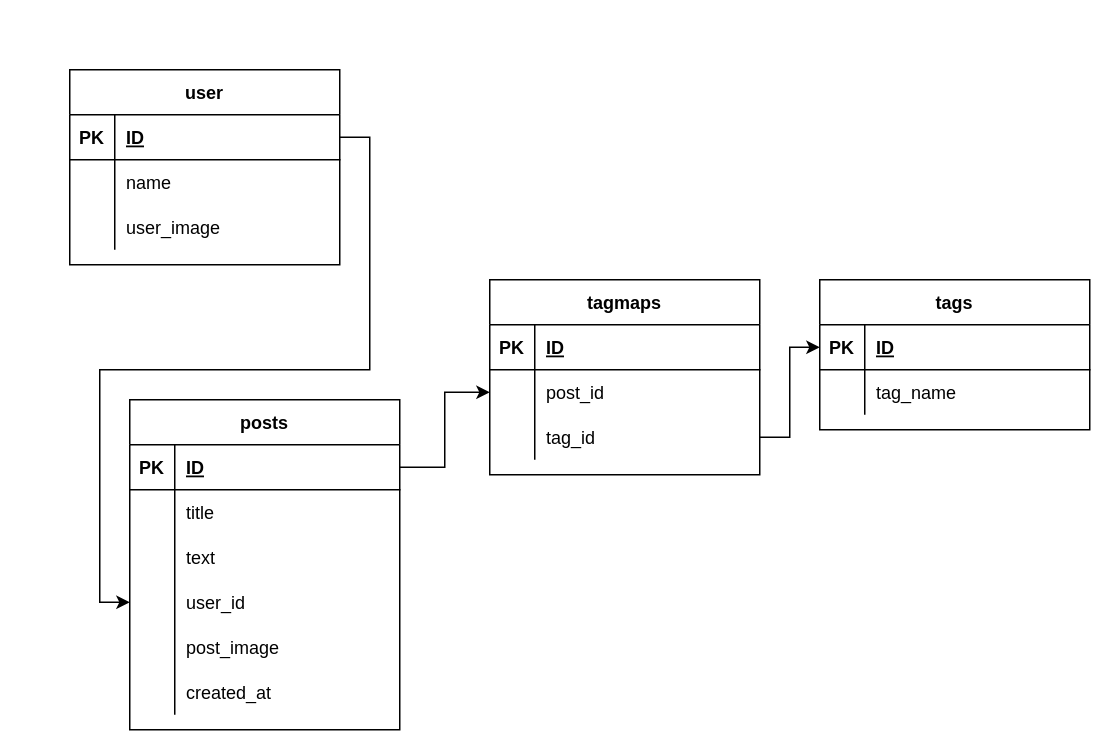
Before: docs/ER.drawio in 3582/Rails_portfolio, a draw.io diagram. Source tidied: cells renumbered, new cells numbered last; positions are measured from the earlier drawing's top-left corner, leaving out a move shared by most shapes. Both pictures are drawn from the tidied source at 150%, with x=0, y=0 at pixel (69, 69).
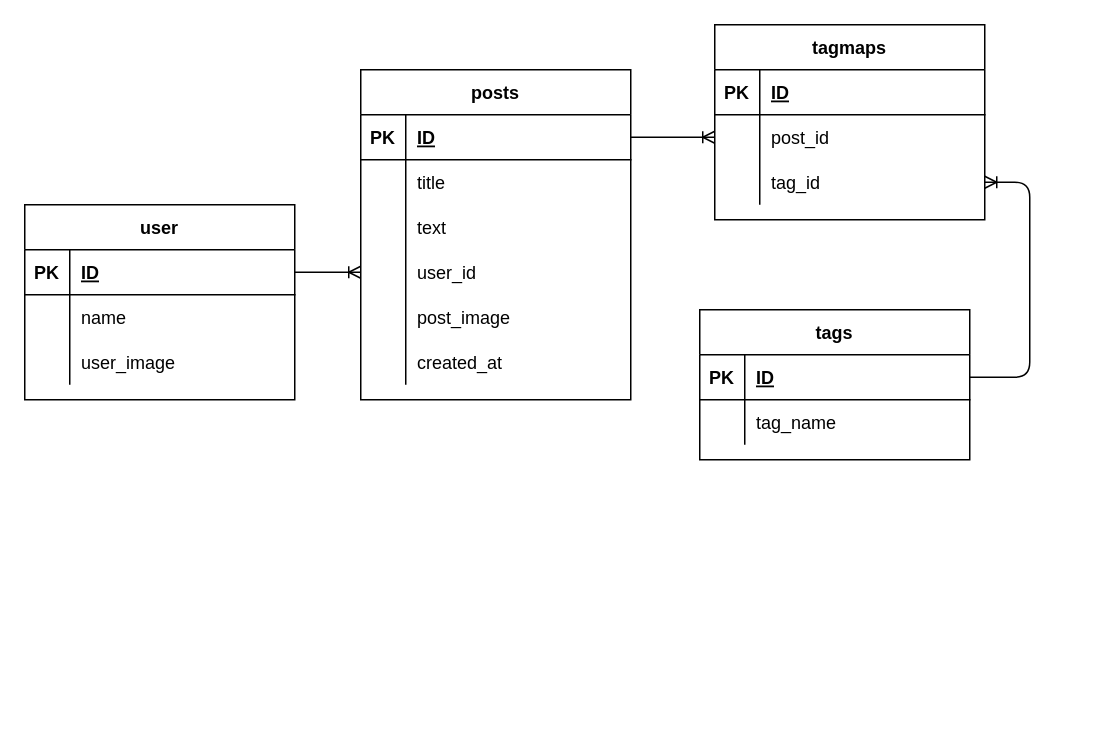
Above is the later version.

Commit message:
ER.drawio を更新します

The change refers to these unchanged cells:
```xml
<mxCell id="3" style="shape=partialRectangle;fillColor=none;top=0;left=0;bottom=1;right=0;points=[[0,0.5],[1,0.5]];portConstraint=eastwest;" parent="2" vertex="1">
  <mxGeometry y="30" width="180" height="30" as="geometry" />
</mxCell>
<mxCell id="13" style="shape=partialRectangle;fillColor=none;top=0;left=0;bottom=1;right=0;points=[[0,0.5],[1,0.5]];portConstraint=eastwest;" parent="12" vertex="1">
  <mxGeometry y="30" width="180" height="30" as="geometry" />
</mxCell>
<mxCell id="22" style="shape=partialRectangle;fillColor=none;top=0;left=0;bottom=0;right=0;points=[[0,0.5],[1,0.5]];portConstraint=eastwest;" parent="12" vertex="1">
  <mxGeometry y="120" width="180" height="30" as="geometry" />
</mxCell>
<mxCell id="35" style="shape=partialRectangle;fillColor=none;top=0;left=0;bottom=0;right=0;points=[[0,0.5],[1,0.5]];portConstraint=eastwest;" parent="31" vertex="1">
  <mxGeometry y="60" width="180" height="30" as="geometry" />
</mxCell>
<mxCell id="38" style="shape=partialRectangle;fillColor=none;top=0;left=0;bottom=0;right=0;points=[[0,0.5],[1,0.5]];portConstraint=eastwest;" parent="31" vertex="1">
  <mxGeometry y="90" width="180" height="30" as="geometry" />
</mxCell>
<mxCell id="42" style="shape=partialRectangle;fillColor=none;top=0;left=0;bottom=1;right=0;points=[[0,0.5],[1,0.5]];portConstraint=eastwest;" parent="41" vertex="1">
  <mxGeometry y="30" width="180" height="30" as="geometry" />
</mxCell>
```

What changed in the source:
```diff
@@
     <mxCell id="2" value="user" style="shape=table;startSize=30;childLayout=tableLayout;rowLines=0;fontStyle=1;align=center;" parent="1" vertex="1">
-      <mxGeometry width="180" height="130" as="geometry" />
+      <mxGeometry x="-30" y="90" width="180" height="130" as="geometry" />
     </mxCell>
@@
     <mxCell id="12" value="posts" style="shape=table;startSize=30;childLayout=tableLayout;rowLines=0;fontStyle=1;align=center;" parent="1" vertex="1">
-      <mxGeometry x="40" y="220" width="180" height="220" as="geometry" />
+      <mxGeometry x="194" width="180" height="220" as="geometry" />
     </mxCell>
@@
     <mxCell id="31" value="tagmaps" style="shape=table;startSize=30;childLayout=tableLayout;rowLines=0;fontStyle=1;align=center;" parent="1" vertex="1">
-      <mxGeometry x="280" y="140" width="180" height="130" as="geometry" />
+      <mxGeometry x="430" y="-30" width="180" height="130" as="geometry" />
     </mxCell>
@@
     <mxCell id="41" value="tags" style="shape=table;startSize=30;childLayout=tableLayout;rowLines=0;fontStyle=1;align=center;" parent="1" vertex="1">
-      <mxGeometry x="500" y="140" width="180" height="100" as="geometry" />
+      <mxGeometry x="420" y="160" width="180" height="100" as="geometry" />
     </mxCell>
@@
+    <mxCell id="50" style="edgeStyle=entityRelationEdgeStyle;fontSize=12;html=1;endArrow=ERoneToMany;exitX=1;exitY=0.5;exitDx=0;exitDy=0;entryX=0;entryY=0.5;entryDx=0;entryDy=0;" parent="1" edge="1" source="3" target="22">
+      <mxGeometry relative="1" as="geometry" />
+    </mxCell>
-    <mxCell id="48" style="edgeStyle=orthogonalEdgeStyle;rounded=0;jettySize=auto;html=1;exitX=1;exitY=0.5;exitDx=0;exitDy=0;entryX=0;entryY=0.5;entryDx=0;entryDy=0;" parent="1" edge="1" source="13" target="35">
+    <mxCell id="48" style="edgeStyle=entityRelationEdgeStyle;fontSize=12;html=1;endArrow=ERoneToMany;exitX=1;exitY=0.5;exitDx=0;exitDy=0;entryX=0;entryY=0.5;entryDx=0;entryDy=0;" parent="1" edge="1" source="13" target="35">
       <mxGeometry relative="1" as="geometry" />
     </mxCell>
-    <mxCell id="49" style="edgeStyle=orthogonalEdgeStyle;rounded=0;jettySize=auto;html=1;entryX=0;entryY=0.5;entryDx=0;entryDy=0;" parent="1" edge="1" source="38" target="42">
-      <mxGeometry relative="1" as="geometry" />
-    </mxCell>
-    <mxCell id="50" style="edgeStyle=orthogonalEdgeStyle;rounded=0;jettySize=auto;html=1;exitX=1;exitY=0.5;exitDx=0;exitDy=0;entryX=0;entryY=0.5;entryDx=0;entryDy=0;" parent="1" edge="1" source="3" target="22">
-      <mxGeometry relative="1" as="geometry" />
-    </mxCell>
+    <mxCell id="51" style="edgeStyle=entityRelationEdgeStyle;fontSize=12;html=1;endArrow=ERoneToMany;exitX=1;exitY=0.5;exitDx=0;exitDy=0;" parent="1" edge="1" source="42" target="38">
+      <mxGeometry relative="1" as="geometry" />
+    </mxCell>
```
